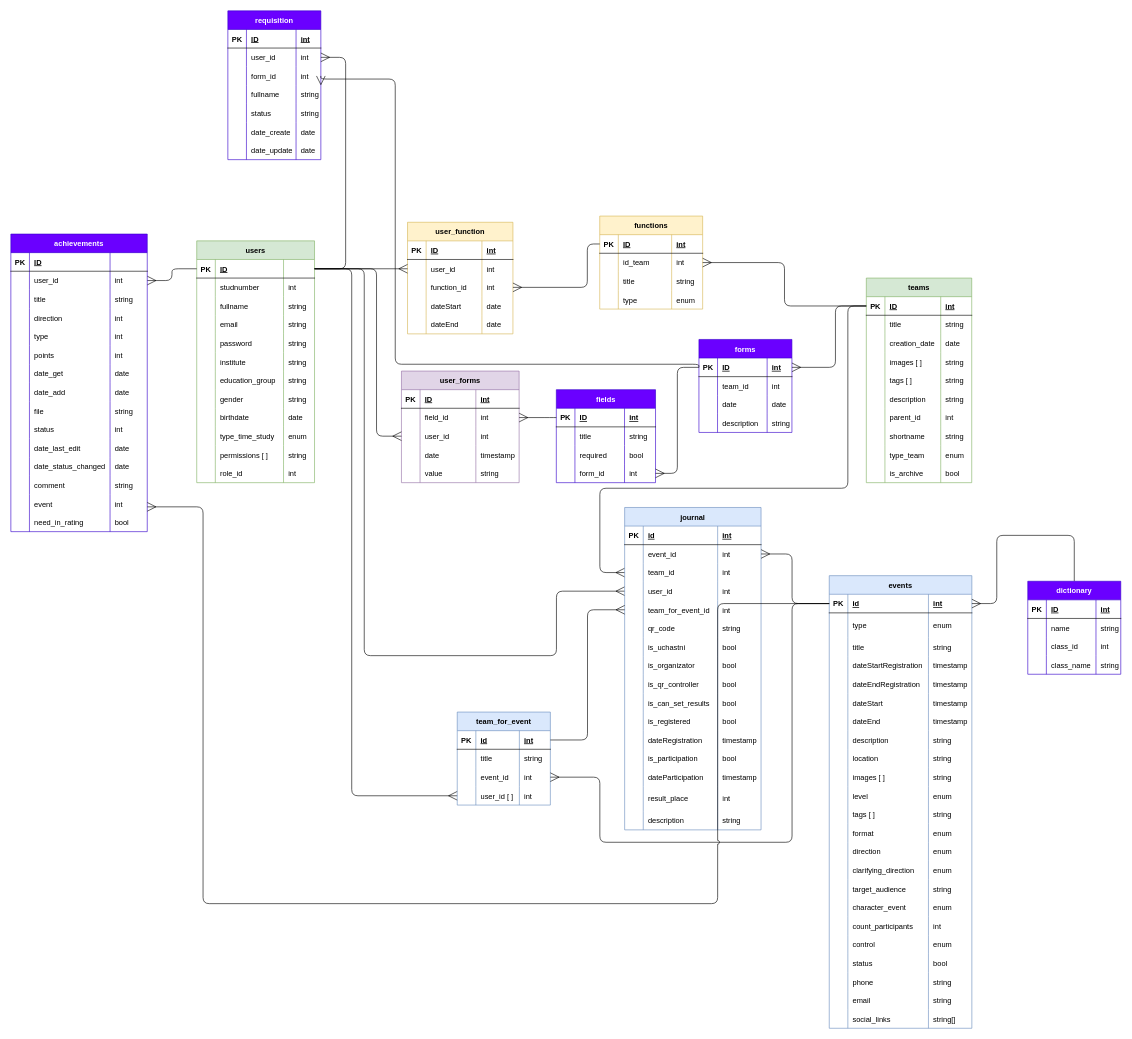
This is page "Физическая" (2 of 3) of Схема БД.drawio from KomogortsevaYulia/Raiting-Teams-Events, a draw.io file, before an edit. Source tidied: cells renumbered, new cells numbered last; positions are measured from the earlier drawing's top-left corner, leaving out a move shared by most shapes. Both pictures are drawn from the tidied source at 62%, with x=0, y=0 at pixel (11, 11).
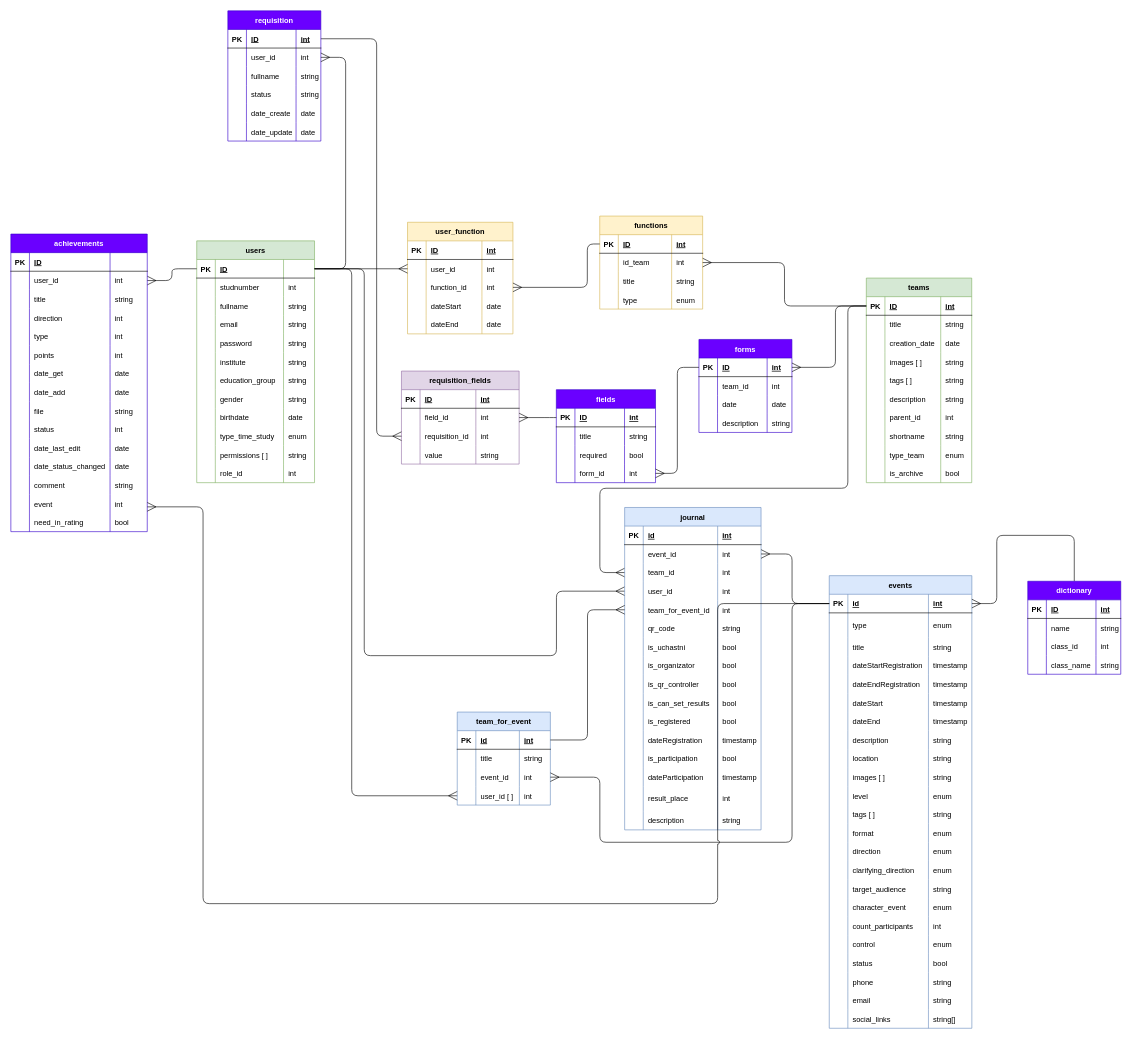
Above is the later version.

Unchanged cells that the change refers to:
```xml
<mxCell id="3" style="shape=tableRow;horizontal=0;startSize=0;swimlaneHead=0;swimlaneBody=0;fillColor=none;points=[[0,0.5],[1,0.5]];portConstraint=eastwest;top=0;left=0;right=0;bottom=1;" parent="2" vertex="1">
  <mxGeometry y="30" width="190" height="30" as="geometry" />
</mxCell>
<mxCell id="151" style="shape=tableRow;horizontal=0;startSize=0;swimlaneHead=0;swimlaneBody=0;fillColor=none;points=[[0,0.5],[1,0.5]];portConstraint=eastwest;top=0;left=0;right=0;bottom=1;" parent="150" vertex="1">
  <mxGeometry y="30" width="150" height="30" as="geometry" />
</mxCell>
<mxCell id="176" style="shape=tableRow;horizontal=0;startSize=0;swimlaneHead=0;swimlaneBody=0;fillColor=none;points=[[0,0.5],[1,0.5]];portConstraint=eastwest;top=0;left=0;right=0;bottom=0;" parent="167" vertex="1">
  <mxGeometry y="90" width="189.8" height="30" as="geometry" />
</mxCell>
<mxCell id="454" style="shape=tableRow;horizontal=0;startSize=0;swimlaneHead=0;swimlaneBody=0;fillColor=none;points=[[0,0.5],[1,0.5]];portConstraint=eastwest;top=0;left=0;right=0;bottom=1;" parent="453" vertex="1">
  <mxGeometry y="30" width="150" height="30" as="geometry" />
</mxCell>
```

Change to the diagram source:
```diff
@@
-    <mxCell id="167" value="user_forms" style="shape=table;startSize=30;childLayout=tableLayout;rowLines=0;fontStyle=1;align=center;fillColor=#e1d5e7;strokeColor=#9673a6;" parent="1" vertex="1">
-      <mxGeometry x="630" y="581" width="189.8" height="180" as="geometry" />
+    <mxCell id="167" value="requisition_fields" style="shape=table;startSize=30;childLayout=tableLayout;rowLines=0;fontStyle=1;align=center;fillColor=#e1d5e7;strokeColor=#9673a6;" parent="1" vertex="1">
+      <mxGeometry x="630" y="581" width="189.8" height="150" as="geometry" />
     </mxCell>
@@
-    <mxCell id="178" value="user_id" style="shape=partialRectangle;fillColor=none;top=0;left=0;bottom=0;right=0;align=left;spacingLeft=6;overflow=hidden;" parent="176" vertex="1">
+    <mxCell id="178" value="requisition_id" style="shape=partialRectangle;fillColor=none;top=0;left=0;bottom=0;right=0;align=left;spacingLeft=6;overflow=hidden;" parent="176" vertex="1">
       <mxGeometry x="30" width="90" height="30" as="geometry" />
     </mxCell>
@@
-    <mxCell id="180" style="shape=tableRow;horizontal=0;startSize=0;swimlaneHead=0;swimlaneBody=0;fillColor=none;top=0;left=0;right=0;bottom=0;" parent="167" vertex="1">
-      <mxGeometry y="120" width="189.8" height="30" as="geometry" />
-    </mxCell>
-    <mxCell id="181" style="shape=partialRectangle;fillColor=none;top=0;left=0;bottom=0;right=0;overflow=hidden;" parent="180" vertex="1">
-      <mxGeometry width="30" height="30" as="geometry" />
-    </mxCell>
-    <mxCell id="182" value="date" style="shape=partialRectangle;fillColor=none;top=0;left=0;bottom=0;right=0;align=left;spacingLeft=6;overflow=hidden;" parent="180" vertex="1">
-      <mxGeometry x="30" width="90" height="30" as="geometry" />
-    </mxCell>
-    <mxCell id="183" value="timestamp" style="shape=partialRectangle;fillColor=none;top=0;left=0;bottom=0;right=0;align=left;spacingLeft=6;overflow=hidden;" parent="180" vertex="1">
-      <mxGeometry x="120" width="69.8" height="30" as="geometry" />
-    </mxCell>
     <mxCell id="184" style="shape=tableRow;horizontal=0;startSize=0;swimlaneHead=0;swimlaneBody=0;fillColor=none;top=0;left=0;right=0;bottom=0;" parent="167" vertex="1">
-      <mxGeometry y="150" width="189.8" height="30" as="geometry" />
+      <mxGeometry y="120" width="189.8" height="30" as="geometry" />
     </mxCell>
@@
-    <mxCell id="189" style="edgeStyle=orthogonalEdgeStyle;html=1;entryX=0;entryY=0.5;entryDx=0;entryDy=0;strokeWidth=1;startArrow=none;startFill=0;endArrow=ERmany;endFill=0;startSize=12;endSize=12;" parent="1" edge="1" source="3" target="176">
+    <mxCell id="189" style="edgeStyle=orthogonalEdgeStyle;html=1;entryX=0;entryY=0.5;entryDx=0;entryDy=0;strokeWidth=1;startArrow=none;startFill=0;endArrow=ERmany;endFill=0;startSize=12;endSize=12;exitX=1;exitY=0.5;exitDx=0;exitDy=0;" parent="1" edge="1" source="454" target="176">
       <mxGeometry relative="1" as="geometry">
         <Array as="points">
-          <mxPoint x="589.8" y="416" />
-          <mxPoint x="589.8" y="686" />
+          <mxPoint x="590" y="45" />
+          <mxPoint x="590" y="686" />
         </Array>
       </mxGeometry>
     </mxCell>
@@
     <mxCell id="453" value="requisition" style="shape=table;startSize=30;childLayout=tableLayout;rowLines=0;fontStyle=1;align=center;fillColor=#6a00ff;strokeColor=#3700CC;fontColor=#ffffff;" parent="1" vertex="1">
-      <mxGeometry x="350" width="150" height="240" as="geometry" />
+      <mxGeometry x="350" width="150" height="210" as="geometry" />
     </mxCell>
@@
-    <mxCell id="462" style="shape=tableRow;horizontal=0;startSize=0;swimlaneHead=0;swimlaneBody=0;fillColor=none;points=[[0,0.5],[1,0.5]];portConstraint=eastwest;top=0;left=0;right=0;bottom=0;" parent="453" vertex="1">
-      <mxGeometry y="90" width="150" height="30" as="geometry" />
-    </mxCell>
-    <mxCell id="463" style="shape=partialRectangle;fillColor=none;top=0;left=0;bottom=0;right=0;overflow=hidden;" parent="462" vertex="1">
-      <mxGeometry width="30" height="30" as="geometry" />
-    </mxCell>
-    <mxCell id="464" value="form_id" style="shape=partialRectangle;fillColor=none;top=0;left=0;bottom=0;right=0;align=left;spacingLeft=6;overflow=hidden;" parent="462" vertex="1">
-      <mxGeometry x="30" width="80" height="30" as="geometry" />
-    </mxCell>
-    <mxCell id="465" value="int" style="shape=partialRectangle;fillColor=none;top=0;left=0;bottom=0;right=0;align=left;spacingLeft=6;overflow=hidden;" parent="462" vertex="1">
-      <mxGeometry x="110" width="40" height="30" as="geometry" />
-    </mxCell>
     <mxCell id="466" style="shape=tableRow;horizontal=0;startSize=0;swimlaneHead=0;swimlaneBody=0;fillColor=none;top=0;left=0;right=0;bottom=0;" parent="453" vertex="1">
-      <mxGeometry y="120" width="150" height="30" as="geometry" />
+      <mxGeometry y="90" width="150" height="30" as="geometry" />
     </mxCell>
@@
     <mxCell id="470" style="shape=tableRow;horizontal=0;startSize=0;swimlaneHead=0;swimlaneBody=0;fillColor=none;top=0;left=0;right=0;bottom=0;" parent="453" vertex="1">
-      <mxGeometry y="150" width="150" height="30" as="geometry" />
+      <mxGeometry y="120" width="150" height="30" as="geometry" />
     </mxCell>
@@
     <mxCell id="474" style="shape=tableRow;horizontal=0;startSize=0;swimlaneHead=0;swimlaneBody=0;fillColor=none;top=0;left=0;right=0;bottom=0;" parent="453" vertex="1">
-      <mxGeometry y="180" width="150" height="30" as="geometry" />
+      <mxGeometry y="150" width="150" height="30" as="geometry" />
     </mxCell>
@@
     <mxCell id="478" style="shape=tableRow;horizontal=0;startSize=0;swimlaneHead=0;swimlaneBody=0;fillColor=none;top=0;left=0;right=0;bottom=0;" parent="453" vertex="1">
-      <mxGeometry y="210" width="150" height="30" as="geometry" />
+      <mxGeometry y="180" width="150" height="30" as="geometry" />
     </mxCell>
@@
-    <mxCell id="483" style="edgeStyle=orthogonalEdgeStyle;html=1;strokeWidth=1;endArrow=none;endFill=0;startSize=12;endSize=12;startArrow=ERmany;startFill=0;exitX=1;exitY=0.5;exitDx=0;exitDy=0;entryX=0;entryY=0.5;entryDx=0;entryDy=0;" parent="1" edge="1" source="462" target="151">
-      <mxGeometry relative="1" as="geometry">
-        <Array as="points">
-          <mxPoint x="500" y="110" />
-          <mxPoint x="620" y="110" />
-          <mxPoint x="620" y="570" />
-          <mxPoint x="1110" y="570" />
-        </Array>
-      </mxGeometry>
-    </mxCell>
```
